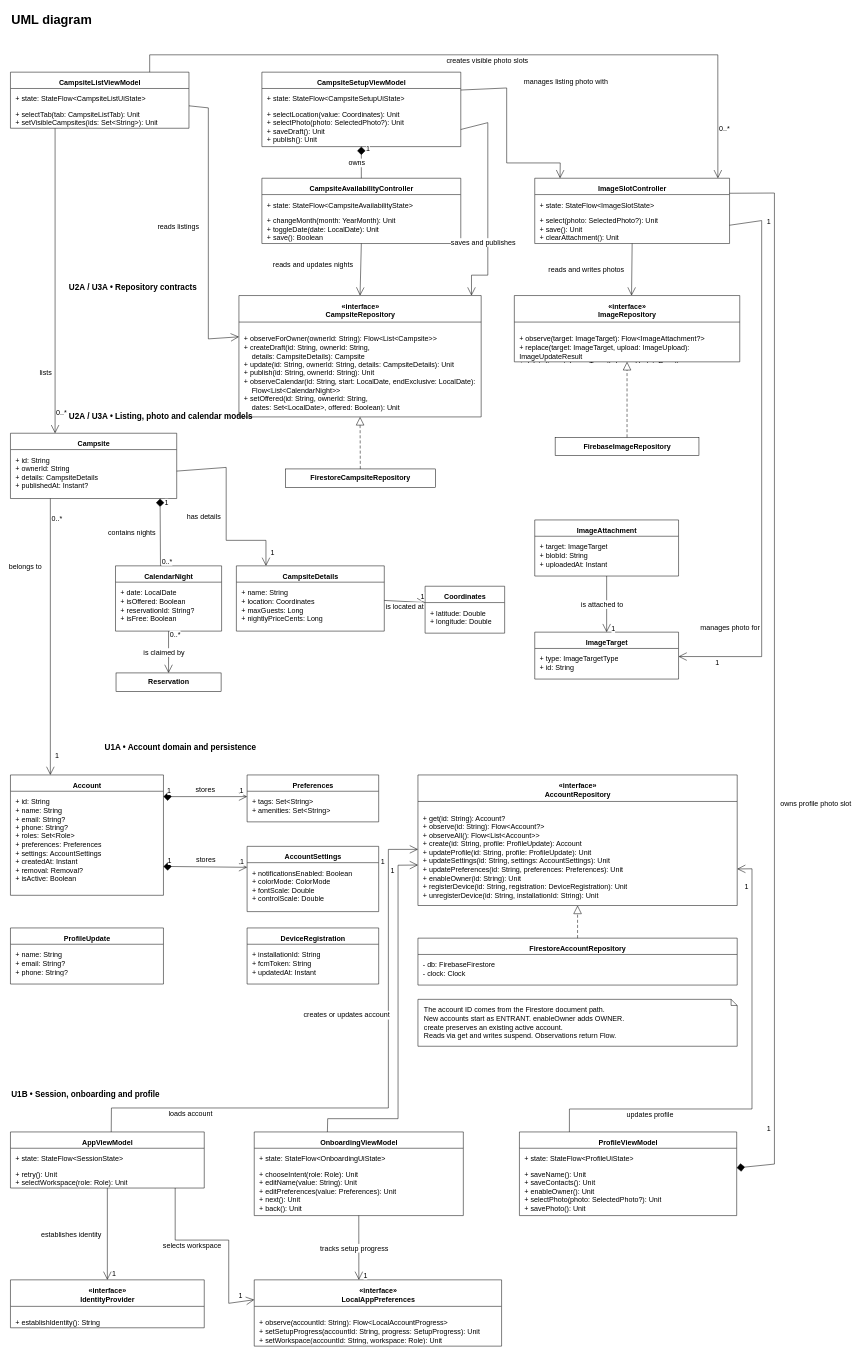
The draw.io diagram page "UML_Diagram" (4 of 5) of doc/UML.drawio in CMPUT301F26stderr/stderr-campsbridge, before the edit. Source tidied: cells renumbered, new cells numbered last; positions are measured from the earlier drawing's top-left corner, leaving out a move shared by most shapes. Both pictures are drawn from the tidied source at 51%, with x=0, y=0 at pixel (10, 9).
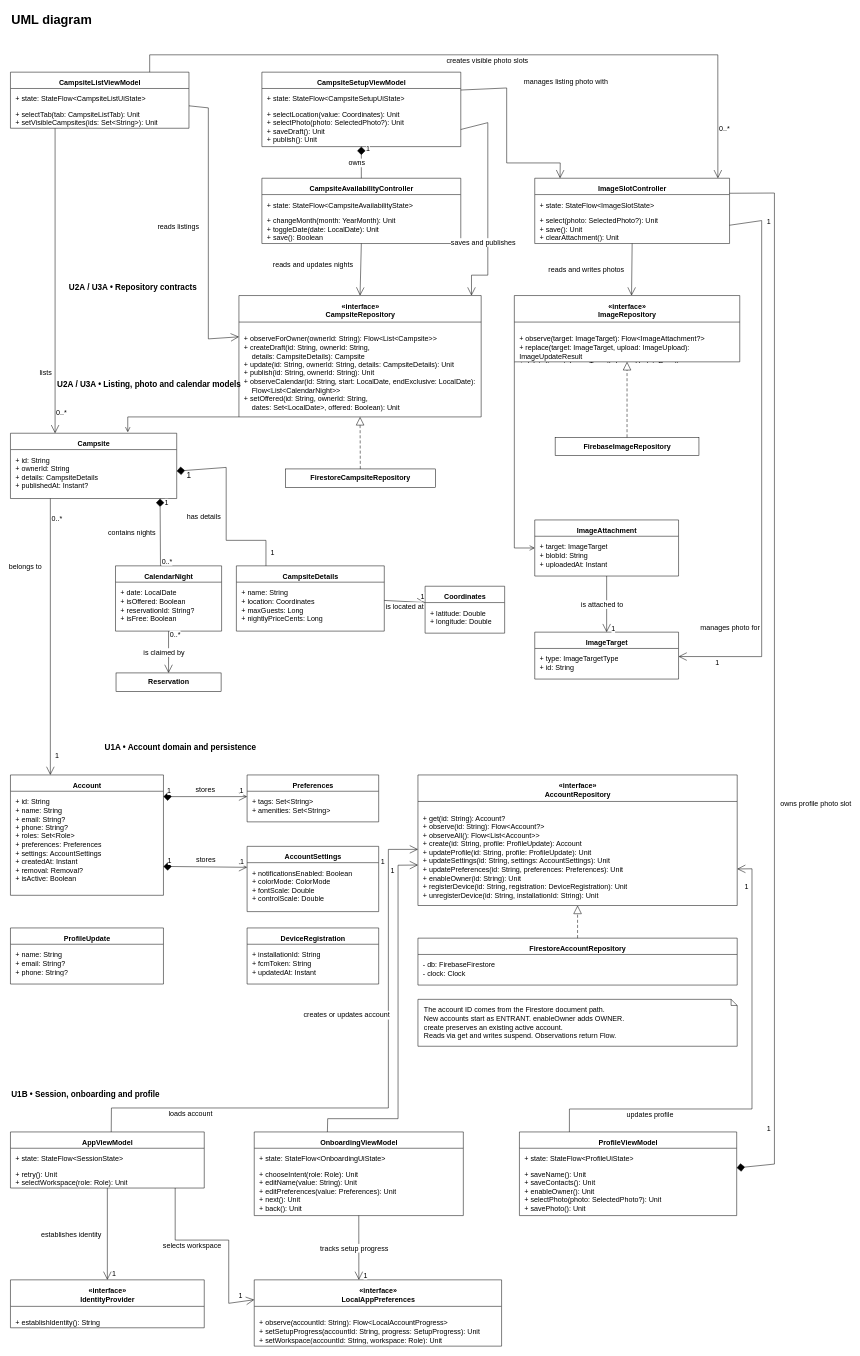
The same diagram, later.

Commit message:
made some minor chagnes

The change refers to these unchanged cells:
```xml
<mxCell id="20" value="«interface»&lt;br&gt;&lt;b&gt;CampsiteRepository&lt;/b&gt;" style="swimlane;html=1;rounded=0;fillColor=#ffffff;strokeColor=#000000;strokeWidth=1;fontColor=#000000;fontFamily=Arial;fontSize=14;startSize=52;horizontal=1;swimlaneFillColor=#ffffff;align=center;verticalAlign=top;spacingTop=6;" parent="1" vertex="1">
  <mxGeometry x="448" y="562" width="475" height="238" as="geometry" />
</mxCell>
<mxCell id="23" value="«interface»&lt;br&gt;&lt;b&gt;ImageRepository&lt;/b&gt;" style="swimlane;html=1;rounded=0;fillColor=#ffffff;strokeColor=#000000;strokeWidth=1;fontColor=#000000;fontFamily=Arial;fontSize=14;startSize=52;horizontal=1;swimlaneFillColor=#ffffff;align=center;verticalAlign=top;spacingTop=6;" parent="1" vertex="1">
  <mxGeometry x="988" y="562" width="442" height="130" as="geometry" />
</mxCell>
<mxCell id="29" value="&lt;b&gt;Campsite&lt;/b&gt;" style="swimlane;html=1;rounded=0;fillColor=#ffffff;strokeColor=#000000;strokeWidth=1;fontColor=#000000;fontFamily=Arial;fontSize=14;startSize=32;horizontal=1;swimlaneFillColor=#ffffff;align=center;verticalAlign=top;spacingTop=6;" parent="1" vertex="1">
  <mxGeometry y="832" width="326" height="128" as="geometry" />
</mxCell>
<mxCell id="32" value="&lt;b&gt;CampsiteDetails&lt;/b&gt;" style="swimlane;html=1;rounded=0;fillColor=#ffffff;strokeColor=#000000;strokeWidth=1;fontColor=#000000;fontFamily=Arial;fontSize=14;startSize=32;horizontal=1;swimlaneFillColor=#ffffff;align=center;verticalAlign=top;spacingTop=6;" parent="1" vertex="1">
  <mxGeometry x="443" y="1092" width="290" height="128" as="geometry" />
</mxCell>
<mxCell id="42" value="&lt;b&gt;ImageAttachment&lt;/b&gt;" style="swimlane;html=1;rounded=0;fillColor=#ffffff;strokeColor=#000000;strokeWidth=1;fontColor=#000000;fontFamily=Arial;fontSize=14;startSize=32;horizontal=1;swimlaneFillColor=#ffffff;align=center;verticalAlign=top;spacingTop=6;" parent="1" vertex="1">
  <mxGeometry x="1028" y="1002" width="282" height="110" as="geometry" />
</mxCell>
```

Change to the diagram source:
```diff
@@
+    <mxCell id="165" style="edgeStyle=none;curved=0;rounded=0;jettySize=auto;html=1;exitX=0;exitY=1;exitDx=0;exitDy=0;fontSize=12;defaultLabelBackgroundColor=page;startSize=8;endSize=8;endArrow=open;endFill=0;" parent="1" edge="1" source="20">
+      <mxGeometry relative="1" as="geometry">
+        <mxPoint x="230" y="830" as="targetPoint" />
+        <Array as="points">
+          <mxPoint x="230" y="800" />
+        </Array>
+      </mxGeometry>
+    </mxCell>
@@
+    <mxCell id="166" style="edgeStyle=none;curved=0;rounded=0;jettySize=auto;html=1;exitX=0;exitY=1;exitDx=0;exitDy=0;entryX=0;entryY=0.5;entryDx=0;entryDy=0;fontSize=12;defaultLabelBackgroundColor=page;startSize=8;endSize=8;endArrow=open;endFill=0;" parent="1" edge="1" source="23" target="42">
+      <mxGeometry relative="1" as="geometry">
+        <Array as="points">
+          <mxPoint x="988" y="1057" />
+        </Array>
+      </mxGeometry>
+    </mxCell>
@@
     <mxCell id="28" value="U2A / U3A  •  Listing, photo and calendar models" style="text;html=1;strokeColor=none;fillColor=none;fontColor=#000000;fontFamily=Arial;fontSize=14;fontSize=16;fontStyle=1;align=left;" parent="1" vertex="1">
-      <mxGeometry x="113" y="782" width="840" height="30" as="geometry" />
+      <mxGeometry x="90" y="720" width="840" height="30" as="geometry" />
     </mxCell>
@@
-    <mxCell id="73" style="edgeStyle=none;rounded=0;html=1;strokeColor=#000000;strokeWidth=1;startSize=14;endSize=14;fontColor=#000000;fontFamily=Arial;fontSize=14;exitX=1;exitY=0.58;entryX=0.2;entryY=0;exitPerimeter=0;entryPerimeter=0;startArrow=none;endArrow=open;endFill=0;" parent="1" edge="1" source="29" target="32">
+    <mxCell id="73" style="edgeStyle=none;rounded=0;html=1;strokeColor=#000000;strokeWidth=1;startSize=14;endSize=14;fontColor=#000000;fontFamily=Arial;fontSize=14;exitX=1;exitY=0.58;entryX=0.2;entryY=0;exitPerimeter=0;entryPerimeter=0;startArrow=diamond;endArrow=none;endFill=0;startFill=1;" parent="1" edge="1" source="29" target="32">
       <mxGeometry relative="1" as="geometry">
         <Array as="points">
           <mxPoint x="423" y="899" />
           <mxPoint x="423" y="1042" />
           <mxPoint x="501" y="1042" />
         </Array>
       </mxGeometry>
     </mxCell>
@@
+    <mxCell id="167" value="1" style="text;html=1;whiteSpace=wrap;strokeColor=none;fillColor=none;align=center;verticalAlign=middle;rounded=0;fontSize=16;" parent="1" vertex="1">
+      <mxGeometry x="320" y="900" width="60" height="30" as="geometry" />
+    </mxCell>
```
